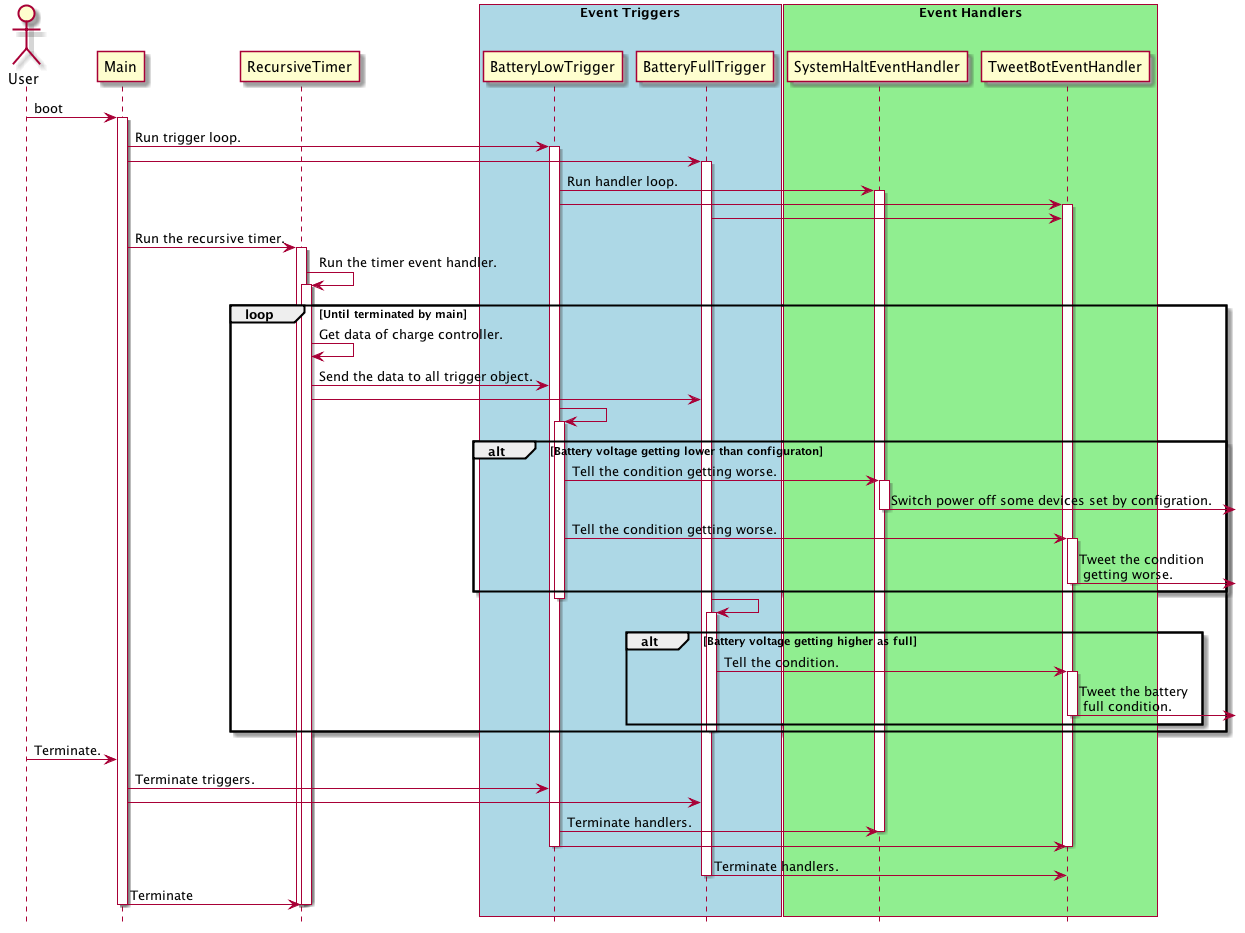
The PlantUML diagram doc/sequence.png in dodo5522/solar_monitor, before a commit.
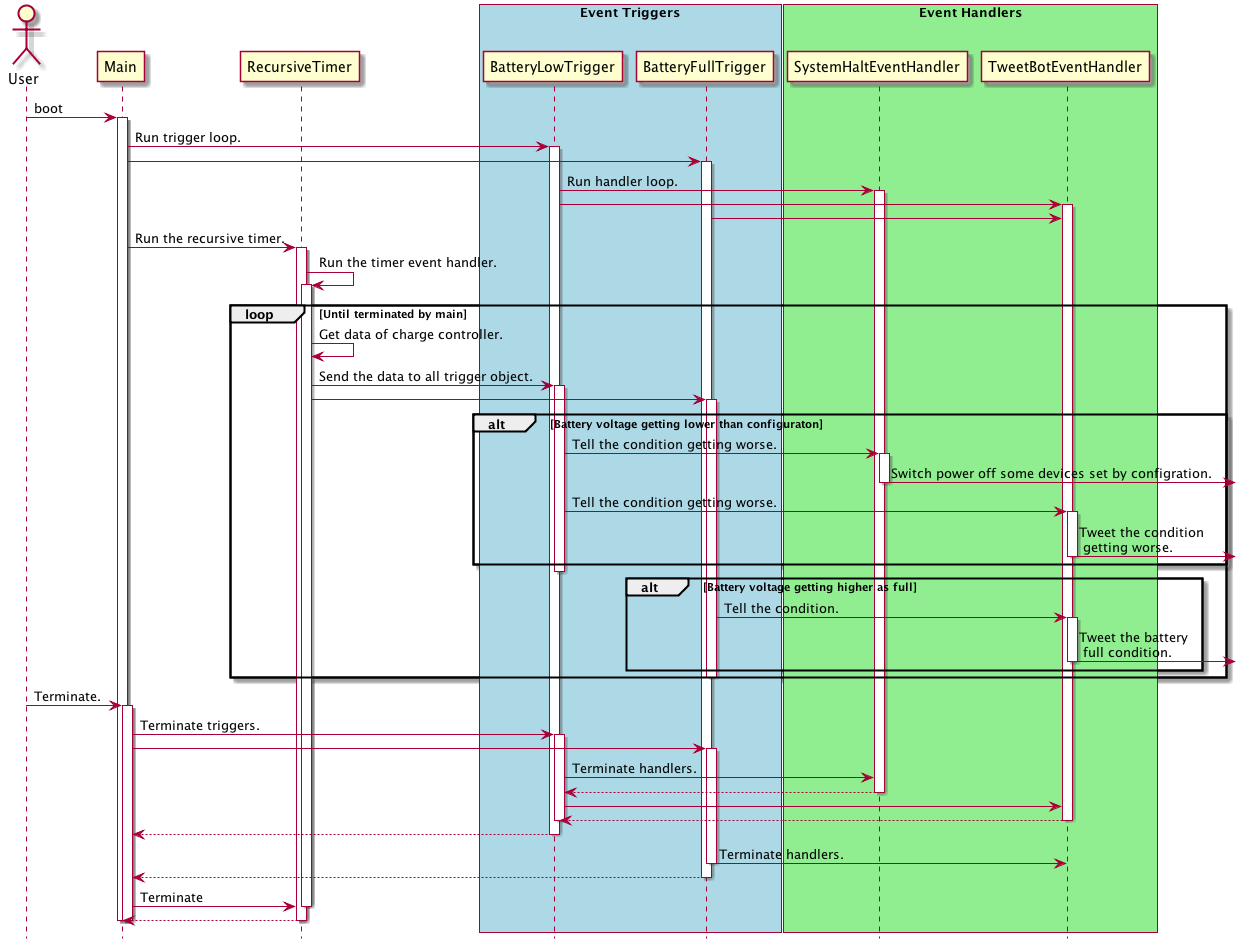
After the commit.

Commit message:
Add termination response sequence.

The edit, as a diff of the source:
```diff
@@ -38,10 +38,10 @@
 loop Until terminated by main
     RecursiveTimer -> RecursiveTimer : Get data of charge controller.
     RecursiveTimer -> BatteryLowTrigger : Send the data to all trigger object.
+    activate BatteryLowTrigger
     RecursiveTimer -> BatteryFullTrigger
+    activate BatteryFullTrigger
 
-    BatteryLowTrigger -> BatteryLowTrigger :
-    activate BatteryLowTrigger
     alt Battery voltage getting lower than configuraton
         BatteryLowTrigger -> SystemHaltEventHandler : Tell the condition getting worse.
         activate SystemHaltEventHandler
@@ -54,8 +54,6 @@
     end
     deactivate BatteryLowTrigger
 
-    BatteryFullTrigger -> BatteryFullTrigger  :
-    activate BatteryFullTrigger
     alt Battery voltage getting higher as full
         BatteryFullTrigger -> TweetBotEventHandler : Tell the condition.
         activate TweetBotEventHandler
@@ -66,18 +64,29 @@
 end
 
 User -> Main : Terminate.
+activate Main
 Main -> BatteryLowTrigger : Terminate triggers.
+activate BatteryLowTrigger
 Main -> BatteryFullTrigger
+activate BatteryFullTrigger
 BatteryLowTrigger -> SystemHaltEventHandler : Terminate handlers.
+BatteryLowTrigger <-- SystemHaltEventHandler
 deactivate SystemHaltEventHandler
 BatteryLowTrigger -> TweetBotEventHandler
+BatteryLowTrigger <-- TweetBotEventHandler
 deactivate TweetBotEventHandler
 deactivate BatteryLowTrigger
+Main <-- BatteryLowTrigger
+deactivate BatteryLowTrigger
 BatteryFullTrigger -> TweetBotEventHandler : Terminate handlers.
+deactivate BatteryFullTrigger
+Main <-- BatteryFullTrigger
 deactivate BatteryFullTrigger
 
 Main -> RecursiveTimer : Terminate
 deactivate RecursiveTimer
+Main <-- RecursiveTimer
 deactivate RecursiveTimer
 deactivate Main
+deactivate Main
 @enduml
```
